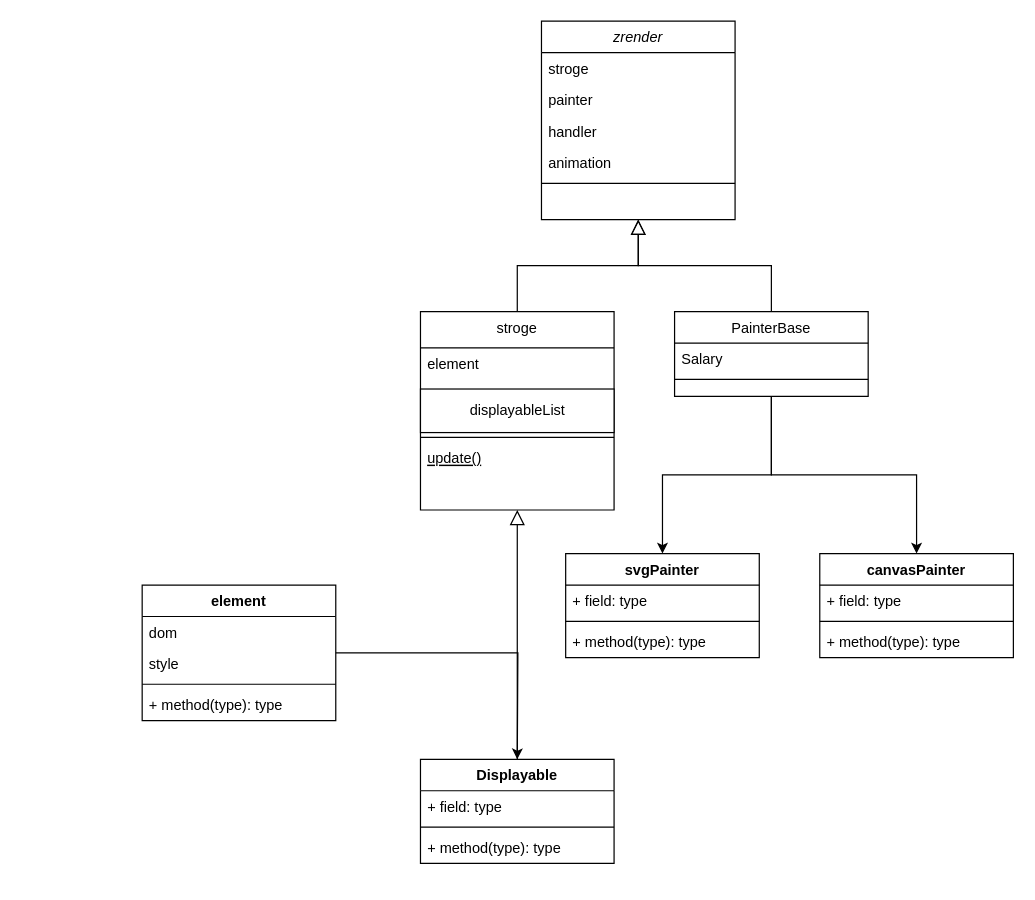
The draw.io diagram Untitled Diagram.drawio in yangzixiong/uml, before the edit. Source tidied: cells renumbered, new cells numbered last; positions are measured from the earlier drawing's top-left corner, leaving out a move shared by most shapes. Both pictures are drawn from the tidied source at 121%, with x=0, y=0 at pixel (142, 21).
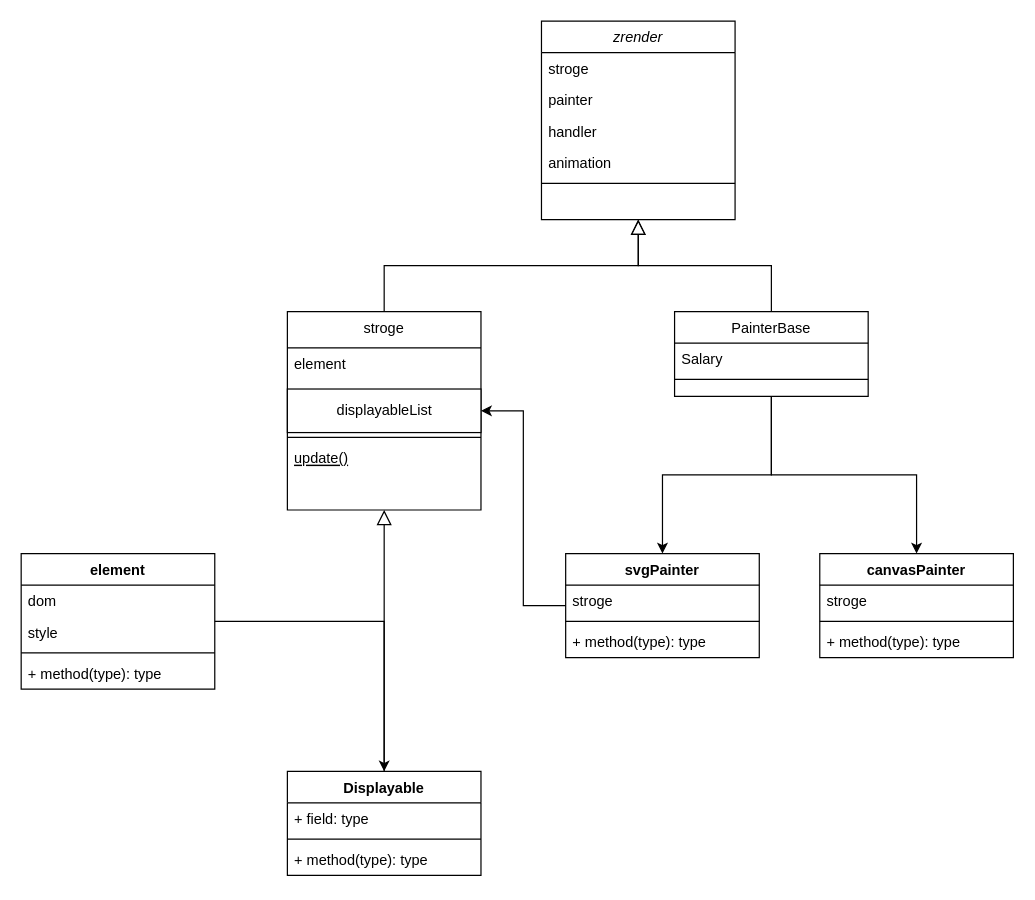
Above is the later version.

Unchanged cells that the change refers to:
```xml
<mxCell id="20" value="svgPainter" style="swimlane;fontStyle=1;align=center;verticalAlign=top;horizontal=1;startSize=26;" parent="1" vertex="1">
  <mxGeometry x="350" y="440" width="160" height="86" as="geometry" />
</mxCell>
<mxCell id="24" value="canvasPainter" style="swimlane;fontStyle=1;align=center;verticalAlign=top;horizontal=1;startSize=26;" parent="1" vertex="1">
  <mxGeometry x="560" y="440" width="160" height="86" as="geometry" />
</mxCell>
```

Diff of the diagram source:
```diff
@@
     <mxCell id="8" value="stroge" style="swimlane;fontStyle=0;align=center;verticalAlign=top;horizontal=1;startSize=30;rounded=0;shadow=0;strokeWidth=1;" parent="1" vertex="1">
-      <mxGeometry x="230" y="240" width="160" height="164" as="geometry" />
+      <mxGeometry x="120" y="240" width="160" height="164" as="geometry" />
     </mxCell>
@@
+    <mxCell id="39" style="edgeStyle=orthogonalEdgeStyle;rounded=0;jettySize=auto;html=1;entryX=1;entryY=0.5;entryDx=0;entryDy=0;" parent="1" edge="1" source="20" target="8">
+      <mxGeometry relative="1" as="geometry" />
+    </mxCell>
@@
-    <mxCell id="21" value="+ field: type" style="text;strokeColor=none;fillColor=none;align=left;verticalAlign=top;spacingLeft=4;spacingRight=4;overflow=hidden;" parent="20" vertex="1">
+    <mxCell id="21" value="stroge" style="text;strokeColor=none;fillColor=none;align=left;verticalAlign=top;spacingLeft=4;spacingRight=4;overflow=hidden;" parent="20" vertex="1">
       <mxGeometry y="26" width="160" height="26" as="geometry" />
     </mxCell>
@@
-    <mxCell id="25" value="+ field: type" style="text;strokeColor=none;fillColor=none;align=left;verticalAlign=top;spacingLeft=4;spacingRight=4;overflow=hidden;" parent="24" vertex="1">
+    <mxCell id="25" value="stroge" style="text;strokeColor=none;fillColor=none;align=left;verticalAlign=top;spacingLeft=4;spacingRight=4;overflow=hidden;" parent="24" vertex="1">
       <mxGeometry y="26" width="160" height="26" as="geometry" />
     </mxCell>
@@
     <mxCell id="28" value="Displayable" style="swimlane;fontStyle=1;align=center;verticalAlign=top;horizontal=1;startSize=26;" parent="1" vertex="1">
-      <mxGeometry x="230" y="610" width="160" height="86" as="geometry" />
+      <mxGeometry x="120" y="620" width="160" height="86" as="geometry" />
     </mxCell>
@@
-    <mxCell id="33" style="edgeStyle=orthogonalEdgeStyle;rounded=0;jettySize=auto;html=1;" parent="1" edge="1" source="34">
-      <mxGeometry relative="1" as="geometry">
-        <mxPoint x="310" y="610" as="targetPoint" />
-      </mxGeometry>
+    <mxCell id="33" style="edgeStyle=orthogonalEdgeStyle;rounded=0;jettySize=auto;html=1;entryX=0.5;entryY=0;entryDx=0;entryDy=0;" parent="1" edge="1" source="34" target="28">
+      <mxGeometry relative="1" as="geometry" />
     </mxCell>
     <mxCell id="34" value="element" style="swimlane;fontStyle=1;align=center;verticalAlign=top;horizontal=1;startSize=26;" parent="1" vertex="1">
-      <mxGeometry y="466" width="160" height="112" as="geometry" />
+      <mxGeometry x="-100" y="440" width="160" height="112" as="geometry" />
     </mxCell>
```
